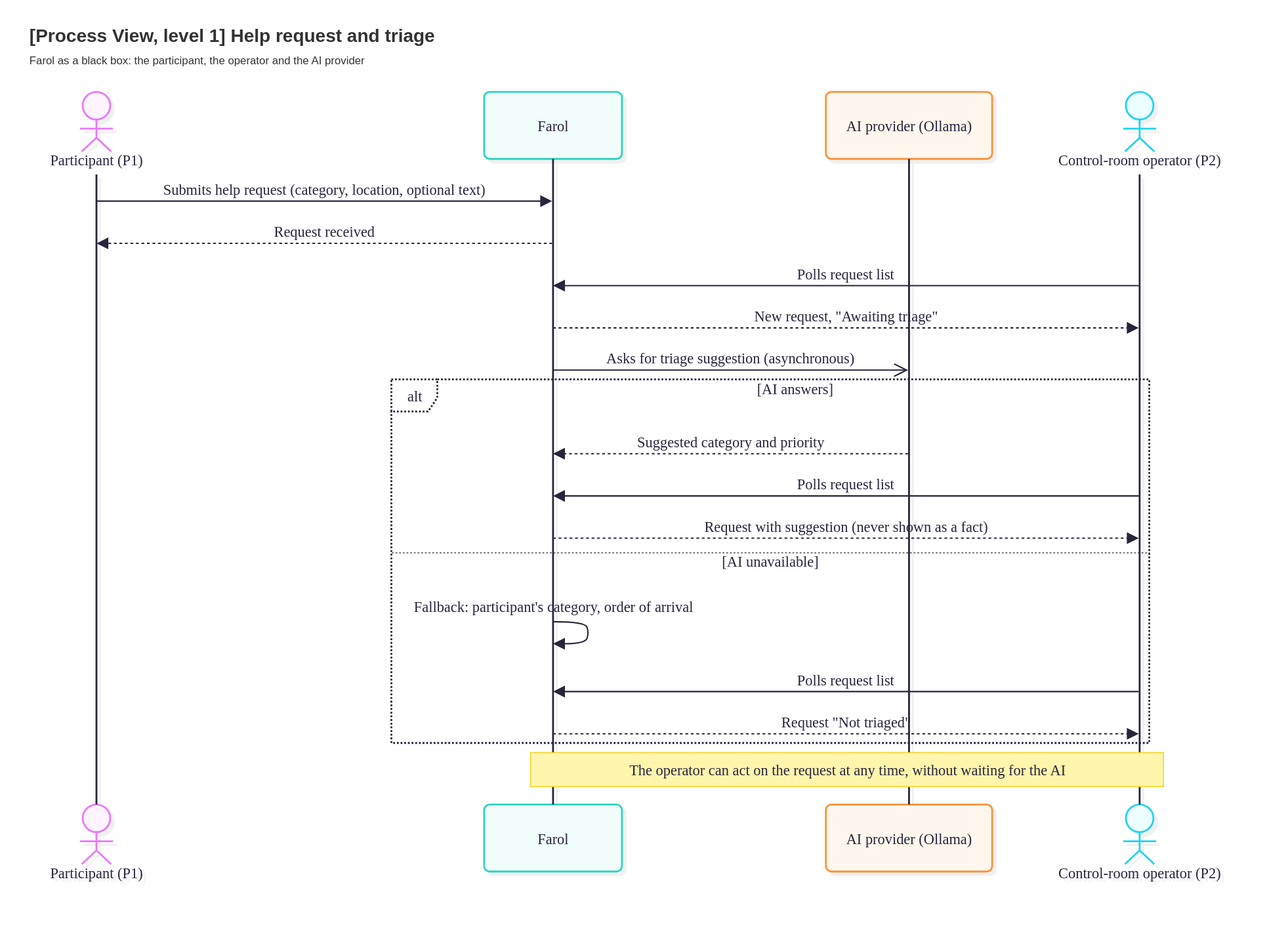
Above: Docs/Technical/diagrams/process-view-level-1-help-request.drawio.svg in tomasoliveira21/LABDSOF (draw.io), before the change. Source tidied: cells renumbered, new cells last; positions are measured from the earlier drawing's top-left corner, leaving out a move shared by most shapes.
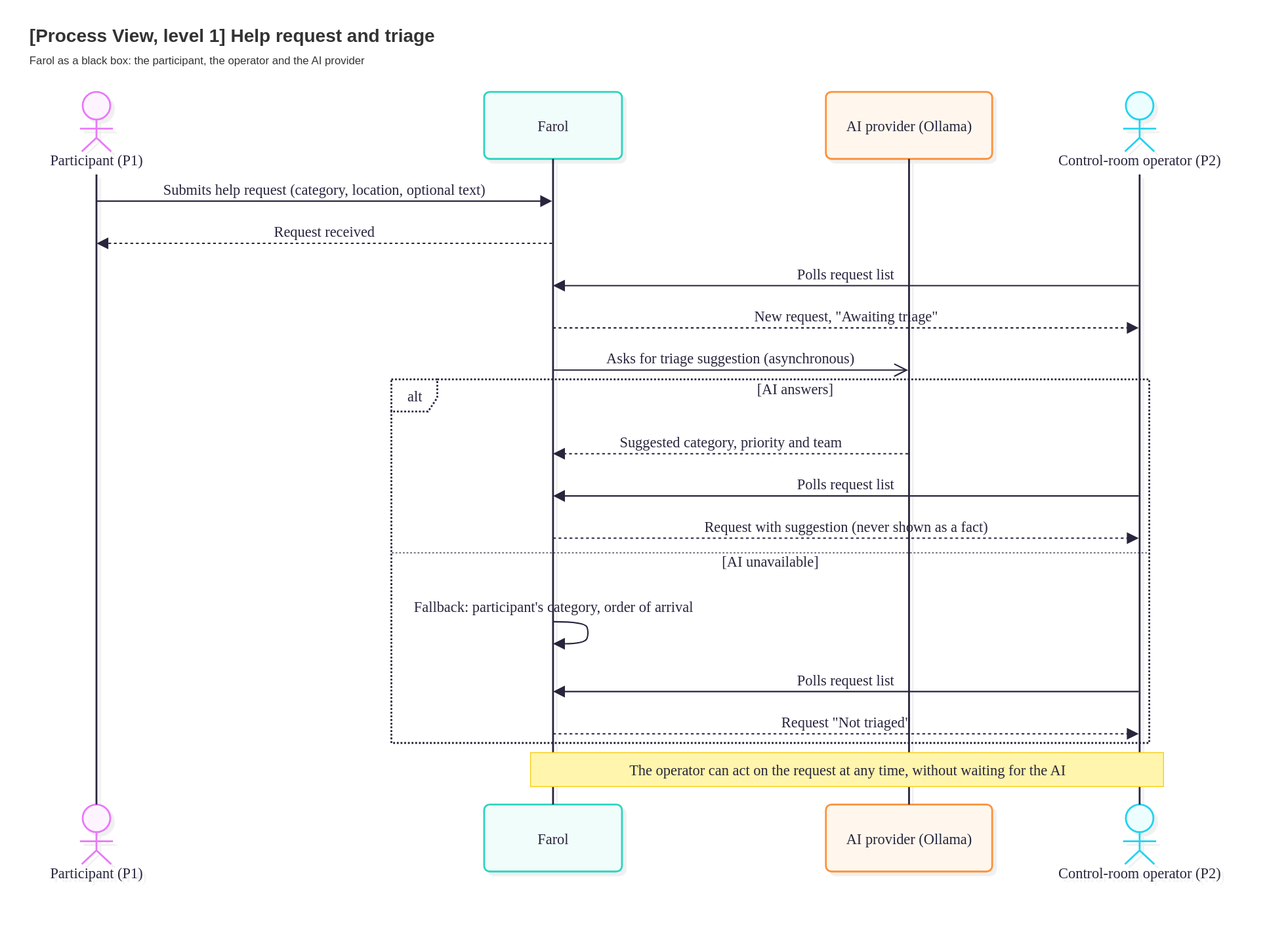
After the change.

The edit, as a diff of the source:
```diff
@@ -64,7 +64,7 @@
         </Array>
       </mxGeometry>
     </mxCell>
-    <mxCell id="16" value="Suggested category and priority" style="dashed=1;fixDash=1;dashPattern=3 3;endArrow=block;endSize=9;verticalAlign=bottom;spacingBottom=2;edgeStyle=sequenceEdgeStyle;libavoidRouting=0;curved=0;rounded=0;fontSize=16;labelBackgroundColor=none;strokeWidth=1.5;strokeColor=#28253D;fontColor=#28253D;fontFamily=Recursive;fontSource=https%3A%2F%2Ffonts.googleapis.com%2Fcss%3Ffamily%3DRecursive;" parent="2" edge="1" source="5" target="4">
+    <mxCell id="16" value="Suggested category, priority and team" style="dashed=1;fixDash=1;dashPattern=3 3;endArrow=block;endSize=9;verticalAlign=bottom;spacingBottom=2;edgeStyle=sequenceEdgeStyle;libavoidRouting=0;curved=0;rounded=0;fontSize=16;labelBackgroundColor=none;strokeWidth=1.5;strokeColor=#28253D;fontColor=#28253D;fontFamily=Recursive;fontSource=https%3A%2F%2Ffonts.googleapis.com%2Fcss%3Ffamily%3DRecursive;" parent="2" edge="1" source="5" target="4">
       <mxGeometry relative="1" as="geometry">
         <Array as="points">
           <mxPoint x="766" y="394" />
```
